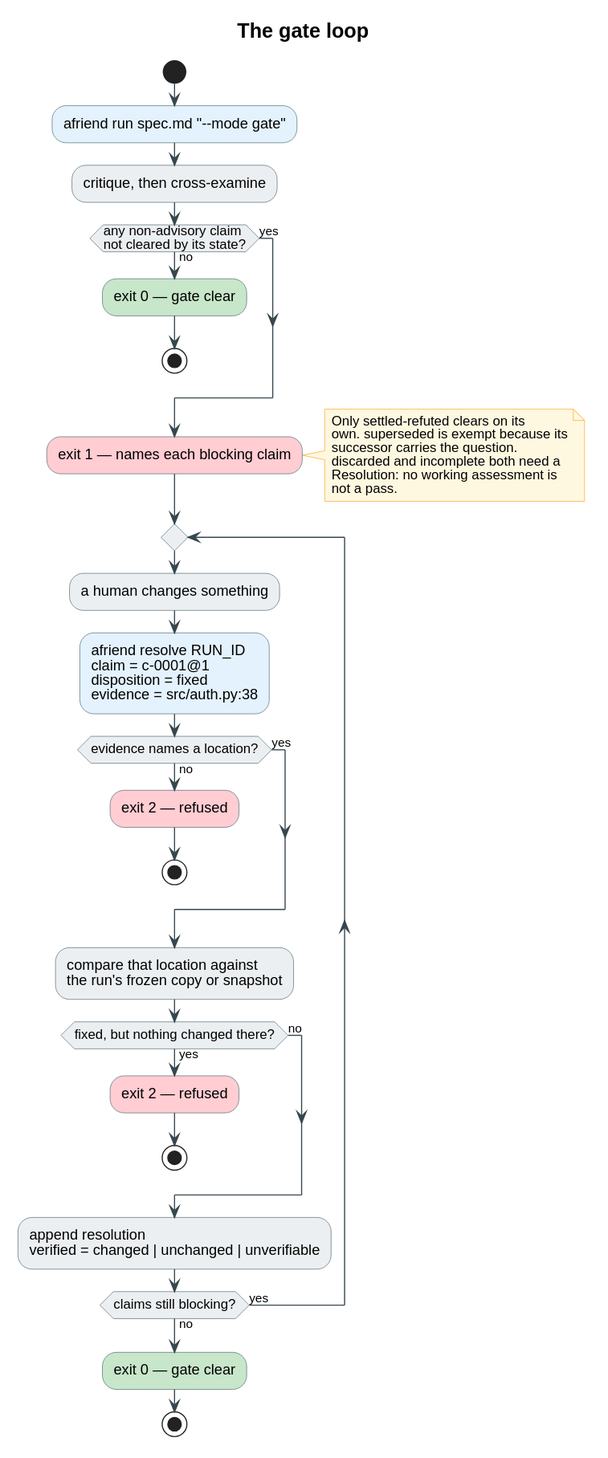
The PlantUML diagram docs/architecture/gate-workflow.svg in livingstaccato/afriend, before a commit.
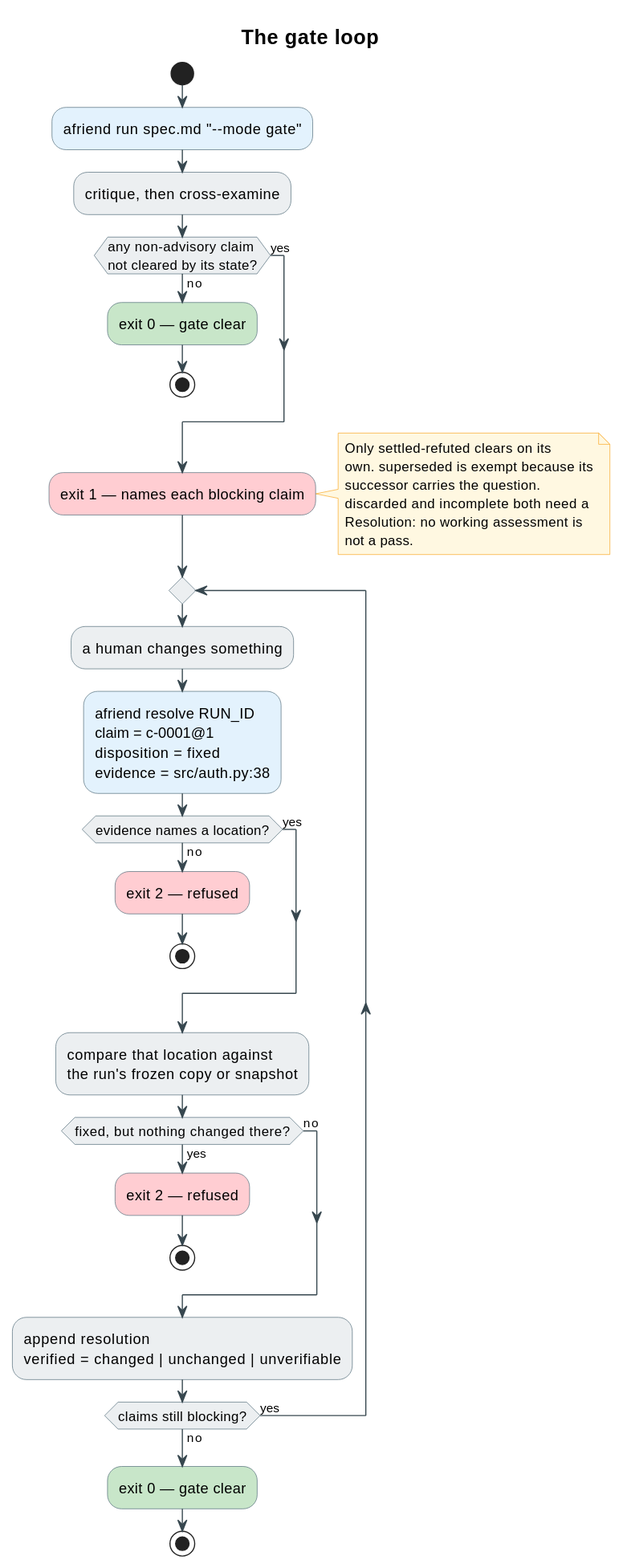
After the commit.

Change to the diagram source:
```diff
@@ -26,16 +26,16 @@
 
 start
 
-:afriend run spec.md "--mode gate";<<#E3F2FD>>
+#E3F2FD:afriend run spec.md "--mode gate";
 :critique, then cross-examine;
 
 if (any non-advisory claim\nnot cleared by its state?) then (no)
-  :exit 0 — gate clear;<<#C8E6C9>>
+  #C8E6C9:exit 0 — gate clear;
   stop
 else (yes)
 endif
 
-:exit 1 — names each blocking claim;<<#FFCDD2>>
+#FFCDD2:exit 1 — names each blocking claim;
 
 note right
   Only settled-refuted clears on its
@@ -48,10 +48,10 @@
 
 repeat
   :a human changes something;
-  :afriend resolve RUN_ID\nclaim = c-0001@1\ndisposition = fixed\nevidence = src/auth.py:38;<<#E3F2FD>>
+  #E3F2FD:afriend resolve RUN_ID\nclaim = c-0001@1\ndisposition = fixed\nevidence = src/auth.py:38;
 
   if (evidence names a location?) then (no)
-    :exit 2 — refused;<<#FFCDD2>>
+    #FFCDD2:exit 2 — refused;
     stop
   else (yes)
   endif
@@ -59,7 +59,7 @@
   :compare that location against\nthe run's frozen copy or snapshot;
 
   if (fixed, but nothing changed there?) then (yes)
-    :exit 2 — refused;<<#FFCDD2>>
+    #FFCDD2:exit 2 — refused;
     stop
   else (no)
   endif
@@ -67,6 +67,6 @@
   :append resolution\nverified = changed | unchanged | unverifiable;
 repeat while (claims still blocking?) is (yes) not (no)
 
-:exit 0 — gate clear;<<#C8E6C9>>
+#C8E6C9:exit 0 — gate clear;
 stop
 @enduml
```
